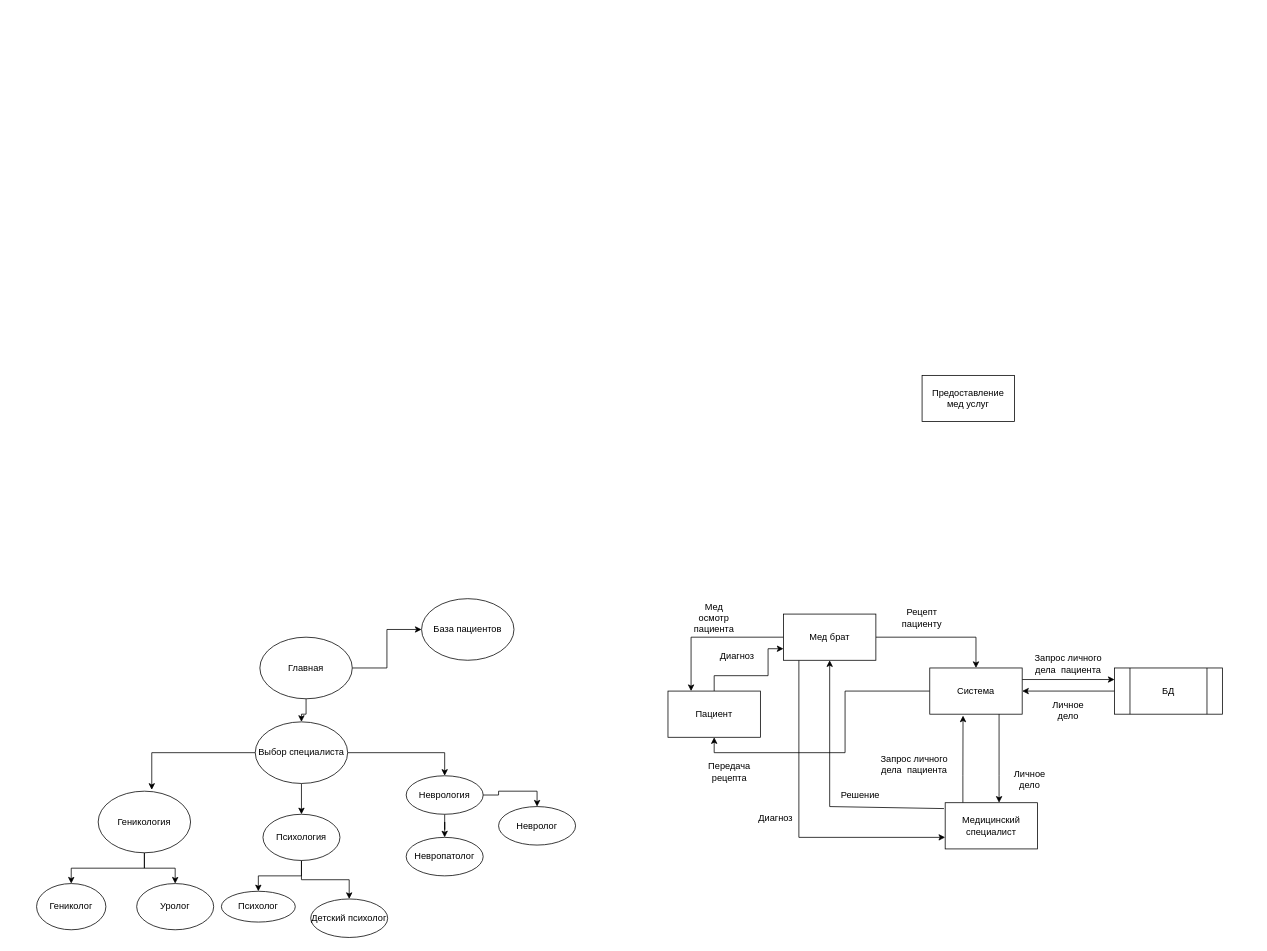
Before: Untitled Diagram.drawio in MatveyVer/project, a draw.io diagram. Source tidied: cells renumbered, new cells numbered last; positions are measured from the earlier drawing's top-left corner, leaving out a move shared by most shapes. Both pictures are drawn from the tidied source at 77%, with x=0, y=0 at pixel (36, 375).
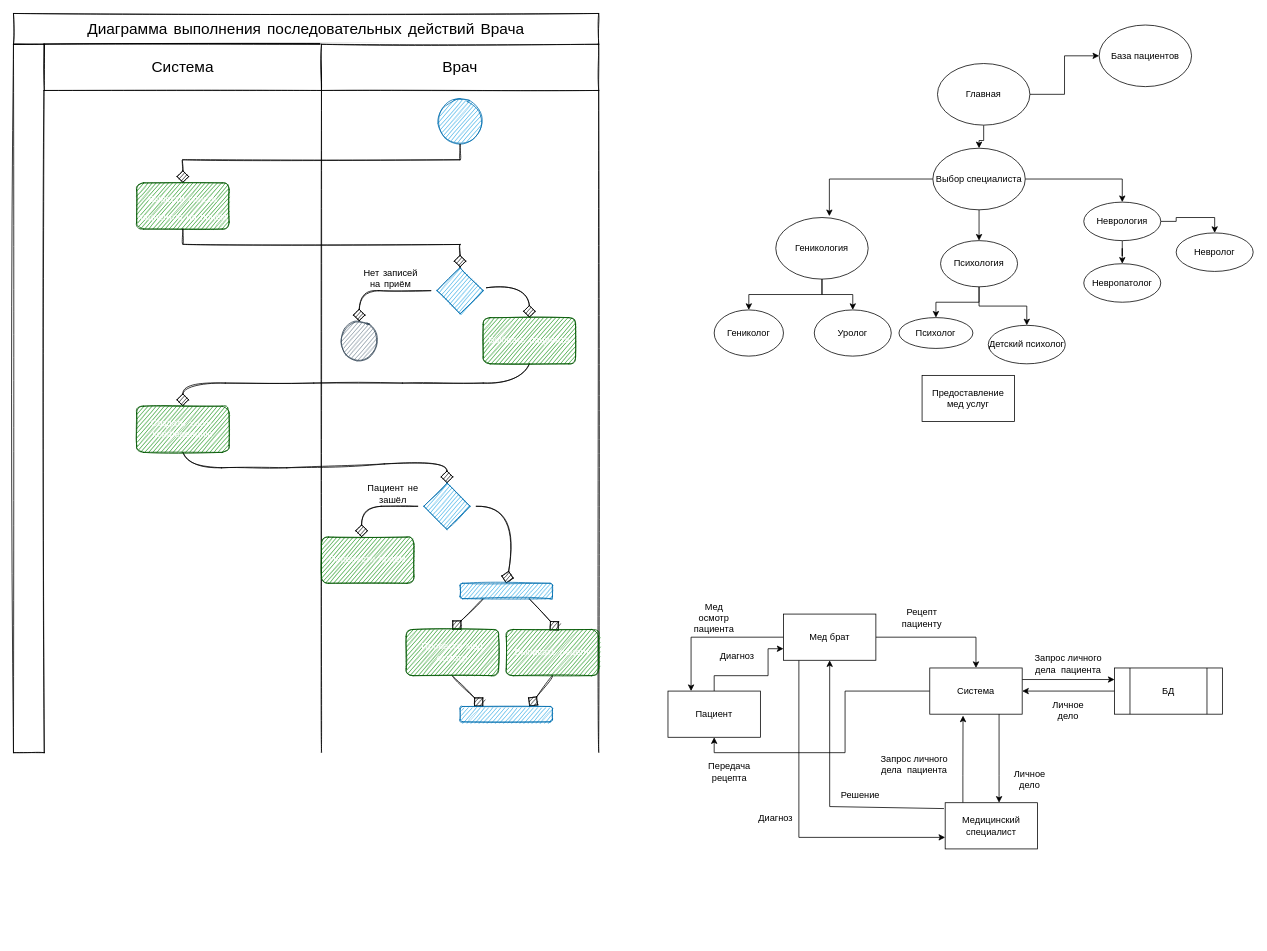
The same diagram, later.

What changed in the source:
```diff
@@
     <mxCell id="2" value="База пациентов" style="ellipse;whiteSpace=wrap;html=1;" parent="1" vertex="1">
-      <mxGeometry x="500" y="290" width="120" height="80" as="geometry" />
+      <mxGeometry x="1380" y="-455" width="120" height="80" as="geometry" />
     </mxCell>
@@
     <mxCell id="5" value="Главная" style="ellipse;whiteSpace=wrap;html=1;" parent="1" vertex="1">
-      <mxGeometry x="290" y="340" width="120" height="80" as="geometry" />
+      <mxGeometry x="1170" y="-405" width="120" height="80" as="geometry" />
     </mxCell>
@@
     <mxCell id="9" value="Выбор специалиста" style="ellipse;whiteSpace=wrap;html=1;" parent="1" vertex="1">
-      <mxGeometry x="284" y="450" width="120" height="80" as="geometry" />
+      <mxGeometry x="1164" y="-295" width="120" height="80" as="geometry" />
     </mxCell>
@@
     <mxCell id="12" value="Геникология" style="ellipse;whiteSpace=wrap;html=1;" parent="1" vertex="1">
-      <mxGeometry x="80" y="540" width="120" height="80" as="geometry" />
+      <mxGeometry x="960" y="-205" width="120" height="80" as="geometry" />
     </mxCell>
     <mxCell id="13" value="Гениколог" style="ellipse;whiteSpace=wrap;html=1;" parent="1" vertex="1">
-      <mxGeometry y="660" width="90" height="60" as="geometry" />
+      <mxGeometry x="880" y="-85" width="90" height="60" as="geometry" />
     </mxCell>
     <mxCell id="14" value="Уролог" style="ellipse;whiteSpace=wrap;html=1;" parent="1" vertex="1">
-      <mxGeometry x="130" y="660" width="100" height="60" as="geometry" />
+      <mxGeometry x="1010" y="-85" width="100" height="60" as="geometry" />
     </mxCell>
@@
     <mxCell id="17" value="Психология" style="ellipse;whiteSpace=wrap;html=1;" parent="1" vertex="1">
-      <mxGeometry x="294" y="570" width="100" height="60" as="geometry" />
+      <mxGeometry x="1174" y="-175" width="100" height="60" as="geometry" />
     </mxCell>
     <mxCell id="18" value="Психолог" style="ellipse;whiteSpace=wrap;html=1;" parent="1" vertex="1">
-      <mxGeometry x="240" y="670" width="96" height="40" as="geometry" />
+      <mxGeometry x="1120" y="-75" width="96" height="40" as="geometry" />
     </mxCell>
     <mxCell id="19" value="Детский психолог" style="ellipse;whiteSpace=wrap;html=1;" parent="1" vertex="1">
-      <mxGeometry x="356" y="680" width="100" height="50" as="geometry" />
+      <mxGeometry x="1236" y="-65" width="100" height="50" as="geometry" />
     </mxCell>
@@
     <mxCell id="22" value="Неврология" style="ellipse;whiteSpace=wrap;html=1;" parent="1" vertex="1">
-      <mxGeometry x="480" y="520" width="100" height="50" as="geometry" />
+      <mxGeometry x="1360" y="-225" width="100" height="50" as="geometry" />
     </mxCell>
     <mxCell id="23" value="Невролог" style="ellipse;whiteSpace=wrap;html=1;" parent="1" vertex="1">
-      <mxGeometry x="600" y="560" width="100" height="50" as="geometry" />
+      <mxGeometry x="1480" y="-185" width="100" height="50" as="geometry" />
     </mxCell>
     <mxCell id="24" value="Невропатолог" style="ellipse;whiteSpace=wrap;html=1;" parent="1" vertex="1">
-      <mxGeometry x="480" y="600" width="100" height="50" as="geometry" />
+      <mxGeometry x="1360" y="-145" width="100" height="50" as="geometry" />
     </mxCell>
@@
+    <mxCell id="51" value="Диаграмма выполнения последовательных действий Врача" style="rounded=0;whiteSpace=wrap;html=1;sketch=1;hachureGap=4;fontFamily=Architects Daughter;fontSize=20;" parent="1" vertex="1">
+      <mxGeometry x="-30" y="-470" width="760" height="40" as="geometry" />
+    </mxCell>
+    <mxCell id="52" style="rounded=0;whiteSpace=wrap;html=1;sketch=1;hachureGap=4;fontFamily=Architects Daughter;fontSize=20;" parent="1" vertex="1">
+      <mxGeometry x="-30" y="-430" width="40" height="920" as="geometry" />
+    </mxCell>
+    <mxCell id="53" value="Система" style="rounded=0;whiteSpace=wrap;html=1;sketch=1;hachureGap=4;fontFamily=Architects Daughter;fontSize=20;" parent="1" vertex="1">
+      <mxGeometry x="10" y="-430" width="360" height="60" as="geometry" />
+    </mxCell>
+    <mxCell id="54" value="Врач" style="rounded=0;whiteSpace=wrap;html=1;sketch=1;hachureGap=4;fontFamily=Architects Daughter;fontSize=20;" parent="1" vertex="1">
+      <mxGeometry x="370" y="-430" width="360" height="60" as="geometry" />
+    </mxCell>
+    <mxCell id="55" style="endArrow=none;html=1;rounded=0;sketch=1;hachureGap=4;fontFamily=Architects Daughter;fontSize=16;startSize=14;endSize=14;sourcePerimeterSpacing=8;targetPerimeterSpacing=8;curved=1;entryX=0;entryY=1;entryDx=0;entryDy=0;" parent="1" edge="1" target="54">
+      <mxGeometry relative="1" as="geometry">
+        <mxPoint x="370" y="490" as="sourcePoint" />
+      </mxGeometry>
+    </mxCell>
+    <mxCell id="56" style="endArrow=none;html=1;rounded=0;sketch=1;hachureGap=4;fontFamily=Architects Daughter;fontSize=16;startSize=14;endSize=14;sourcePerimeterSpacing=8;targetPerimeterSpacing=8;curved=1;entryX=1;entryY=1;entryDx=0;entryDy=0;" parent="1" edge="1" target="54">
+      <mxGeometry relative="1" as="geometry">
+        <mxPoint x="730" y="490" as="sourcePoint" />
+      </mxGeometry>
+    </mxCell>
+    <mxCell id="57" style="ellipse;whiteSpace=wrap;html=1;sketch=1;hachureGap=4;fontFamily=Architects Daughter;fontSize=20;fillColor=#1ba1e2;fontColor=#ffffff;strokeColor=#006EAF;" parent="1" vertex="1">
+      <mxGeometry x="520" y="-360" width="60" height="60" as="geometry" />
+    </mxCell>
+    <mxCell id="58" style="endArrow=none;html=1;rounded=0;sketch=1;hachureGap=4;fontFamily=Architects Daughter;fontSize=16;startSize=14;endSize=14;sourcePerimeterSpacing=8;targetPerimeterSpacing=8;curved=1;entryX=0.5;entryY=1;entryDx=0;entryDy=0;" parent="1" edge="1" target="57">
+      <mxGeometry relative="1" as="geometry">
+        <mxPoint x="550" y="-280" as="sourcePoint" />
+      </mxGeometry>
+    </mxCell>
+    <mxCell id="59" style="endArrow=none;html=1;rounded=0;sketch=1;hachureGap=4;fontFamily=Architects Daughter;fontSize=16;startSize=14;endSize=14;sourcePerimeterSpacing=8;targetPerimeterSpacing=8;curved=1;" parent="1" edge="1">
+      <mxGeometry relative="1" as="geometry">
+        <mxPoint x="190" y="-280" as="sourcePoint" />
+        <mxPoint x="550" y="-280" as="targetPoint" />
+      </mxGeometry>
+    </mxCell>
+    <mxCell id="60" style="endArrow=diamond;html=1;rounded=0;sketch=1;hachureGap=4;fontFamily=Architects Daughter;fontSize=16;startSize=14;endSize=14;sourcePerimeterSpacing=8;targetPerimeterSpacing=8;curved=1;endFill=1;" parent="1" edge="1">
+      <mxGeometry relative="1" as="geometry">
+        <mxPoint x="190" y="-280" as="sourcePoint" />
+        <mxPoint x="190" y="-250" as="targetPoint" />
+      </mxGeometry>
+    </mxCell>
+    <mxCell id="61" value="&lt;font style=&quot;font-size: 12px&quot;&gt;Вывести список пациентов на приём&lt;/font&gt;" style="rounded=1;whiteSpace=wrap;html=1;sketch=1;hachureGap=4;fontFamily=Architects Daughter;fontSize=20;fillColor=#008a00;fontColor=#ffffff;strokeColor=#005700;" parent="1" vertex="1">
+      <mxGeometry x="130" y="-250" width="120" height="60" as="geometry" />
+    </mxCell>
+    <mxCell id="62" style="edgeStyle=none;curved=1;rounded=0;sketch=1;hachureGap=4;jettySize=auto;html=1;entryX=0.5;entryY=0;entryDx=0;entryDy=0;fontFamily=Architects Daughter;fontSize=12;endArrow=diamond;endFill=1;startSize=14;endSize=14;sourcePerimeterSpacing=8;targetPerimeterSpacing=8;" parent="1" edge="1" source="64" target="68">
+      <mxGeometry relative="1" as="geometry">
+        <Array as="points">
+          <mxPoint x="470" y="-110" />
+          <mxPoint x="419" y="-110" />
+        </Array>
+      </mxGeometry>
+    </mxCell>
+    <mxCell id="63" style="edgeStyle=none;curved=1;rounded=0;sketch=1;hachureGap=4;jettySize=auto;html=1;entryX=0.5;entryY=0;entryDx=0;entryDy=0;fontFamily=Architects Daughter;fontSize=12;endArrow=diamond;endFill=1;startSize=14;endSize=14;sourcePerimeterSpacing=8;targetPerimeterSpacing=8;" parent="1" edge="1" source="64" target="71">
+      <mxGeometry relative="1" as="geometry">
+        <Array as="points">
+          <mxPoint x="640" y="-120" />
+        </Array>
+      </mxGeometry>
+    </mxCell>
+    <mxCell id="64" style="rhombus;whiteSpace=wrap;html=1;sketch=1;hachureGap=4;fontFamily=Architects Daughter;fontSize=12;fillColor=#1ba1e2;fontColor=#ffffff;strokeColor=#006EAF;" parent="1" vertex="1">
+      <mxGeometry x="520" y="-140" width="60" height="60" as="geometry" />
+    </mxCell>
+    <mxCell id="65" style="endArrow=none;html=1;rounded=0;sketch=1;hachureGap=4;fontFamily=Architects Daughter;fontSize=12;startSize=14;endSize=14;sourcePerimeterSpacing=8;targetPerimeterSpacing=8;curved=1;entryX=0.5;entryY=1;entryDx=0;entryDy=0;" parent="1" edge="1" target="61">
+      <mxGeometry relative="1" as="geometry">
+        <mxPoint x="190" y="-170" as="sourcePoint" />
+      </mxGeometry>
+    </mxCell>
+    <mxCell id="66" style="endArrow=none;html=1;rounded=0;sketch=1;hachureGap=4;fontFamily=Architects Daughter;fontSize=12;startSize=14;endSize=14;sourcePerimeterSpacing=8;targetPerimeterSpacing=8;curved=1;" parent="1" edge="1">
+      <mxGeometry relative="1" as="geometry">
+        <mxPoint x="190" y="-170" as="sourcePoint" />
+        <mxPoint x="550" y="-170" as="targetPoint" />
+      </mxGeometry>
+    </mxCell>
+    <mxCell id="67" style="endArrow=diamond;html=1;rounded=0;sketch=1;hachureGap=4;fontFamily=Architects Daughter;fontSize=12;startSize=14;endSize=14;sourcePerimeterSpacing=8;targetPerimeterSpacing=8;curved=1;entryX=0.5;entryY=0;entryDx=0;entryDy=0;endFill=1;" parent="1" edge="1" target="64">
+      <mxGeometry relative="1" as="geometry">
+        <mxPoint x="550" y="-170" as="sourcePoint" />
+      </mxGeometry>
+    </mxCell>
+    <mxCell id="68" style="ellipse;whiteSpace=wrap;html=1;sketch=1;hachureGap=4;fontFamily=Architects Daughter;fontSize=12;fillColor=#647687;fontColor=#ffffff;strokeColor=#314354;" parent="1" vertex="1">
+      <mxGeometry x="394" y="-70" width="50" height="50" as="geometry" />
+    </mxCell>
+    <mxCell id="69" value="Нет записей на приём" style="text;html=1;strokeColor=none;fillColor=none;align=center;verticalAlign=middle;whiteSpace=wrap;rounded=0;sketch=1;hachureGap=4;fontFamily=Architects Daughter;fontSize=12;" parent="1" vertex="1">
+      <mxGeometry x="420" y="-140" width="80" height="30" as="geometry" />
+    </mxCell>
+    <mxCell id="70" style="edgeStyle=none;curved=1;rounded=0;sketch=1;hachureGap=4;jettySize=auto;html=1;entryX=0.5;entryY=0;entryDx=0;entryDy=0;fontFamily=Architects Daughter;fontSize=12;endArrow=diamond;endFill=1;startSize=14;endSize=14;sourcePerimeterSpacing=8;targetPerimeterSpacing=8;exitX=0.5;exitY=1;exitDx=0;exitDy=0;" parent="1" edge="1" source="71" target="73">
+      <mxGeometry relative="1" as="geometry">
+        <Array as="points">
+          <mxPoint x="630" y="10" />
+          <mxPoint x="530" y="10" />
+          <mxPoint x="420" y="10" />
+          <mxPoint x="300" y="10" />
+          <mxPoint x="190" y="10" />
+        </Array>
+      </mxGeometry>
+    </mxCell>
+    <mxCell id="71" value="Выбрать пациента" style="rounded=1;whiteSpace=wrap;html=1;sketch=1;hachureGap=4;fontFamily=Architects Daughter;fontSize=12;fillColor=#008a00;fontColor=#ffffff;strokeColor=#005700;" parent="1" vertex="1">
+      <mxGeometry x="580" y="-75" width="120" height="60" as="geometry" />
+    </mxCell>
+    <mxCell id="72" style="edgeStyle=none;curved=1;rounded=0;sketch=1;hachureGap=4;jettySize=auto;html=1;entryX=0.5;entryY=0;entryDx=0;entryDy=0;fontFamily=Architects Daughter;fontSize=12;endArrow=diamond;endFill=1;startSize=14;endSize=14;sourcePerimeterSpacing=8;targetPerimeterSpacing=8;exitX=0.5;exitY=1;exitDx=0;exitDy=0;" parent="1" edge="1" source="73" target="76">
+      <mxGeometry relative="1" as="geometry">
+        <Array as="points">
+          <mxPoint x="200" y="120" />
+          <mxPoint x="280" y="120" />
+          <mxPoint x="370" y="120" />
+          <mxPoint x="533" y="110" />
+        </Array>
+      </mxGeometry>
+    </mxCell>
+    <mxCell id="73" value="Создать zoom-конференцию" style="rounded=1;whiteSpace=wrap;html=1;sketch=1;hachureGap=4;fontFamily=Architects Daughter;fontSize=12;fillColor=#008a00;fontColor=#ffffff;strokeColor=#005700;" parent="1" vertex="1">
+      <mxGeometry x="130" y="40" width="120" height="60" as="geometry" />
+    </mxCell>
+    <mxCell id="74" style="edgeStyle=none;curved=1;rounded=0;sketch=1;hachureGap=4;jettySize=auto;html=1;entryX=0.5;entryY=0;entryDx=0;entryDy=0;fontFamily=Architects Daughter;fontSize=12;endArrow=diamond;endFill=1;startSize=14;endSize=14;sourcePerimeterSpacing=8;targetPerimeterSpacing=8;" parent="1" edge="1" source="76">
+      <mxGeometry relative="1" as="geometry">
+        <mxPoint x="422" y="210" as="targetPoint" />
+        <Array as="points">
+          <mxPoint x="473" y="170" />
+          <mxPoint x="422" y="170" />
+        </Array>
+      </mxGeometry>
+    </mxCell>
+    <mxCell id="75" style="edgeStyle=none;curved=1;rounded=0;sketch=1;hachureGap=4;jettySize=auto;html=1;entryX=0.5;entryY=0;entryDx=0;entryDy=0;fontFamily=Architects Daughter;fontSize=12;endArrow=diamond;endFill=1;startSize=14;endSize=14;sourcePerimeterSpacing=8;targetPerimeterSpacing=8;" parent="1" edge="1" source="76" target="80">
+      <mxGeometry relative="1" as="geometry">
+        <Array as="points">
+          <mxPoint x="630" y="170" />
+        </Array>
+      </mxGeometry>
+    </mxCell>
+    <mxCell id="76" style="rhombus;whiteSpace=wrap;html=1;sketch=1;hachureGap=4;fontFamily=Architects Daughter;fontSize=12;fillColor=#1ba1e2;fontColor=#ffffff;strokeColor=#006EAF;" parent="1" vertex="1">
+      <mxGeometry x="503" y="140" width="60" height="60" as="geometry" />
+    </mxCell>
+    <mxCell id="77" value="Пациент не зашёл" style="text;html=1;strokeColor=none;fillColor=none;align=center;verticalAlign=middle;whiteSpace=wrap;rounded=0;sketch=1;hachureGap=4;fontFamily=Architects Daughter;fontSize=12;" parent="1" vertex="1">
+      <mxGeometry x="423" y="140" width="80" height="30" as="geometry" />
+    </mxCell>
+    <mxCell id="78" style="edgeStyle=none;curved=1;rounded=0;sketch=1;hachureGap=4;jettySize=auto;html=1;exitX=0.25;exitY=1;exitDx=0;exitDy=0;entryX=0.5;entryY=0;entryDx=0;entryDy=0;fontFamily=Architects Daughter;fontSize=12;endArrow=diamond;endFill=1;startSize=14;endSize=14;sourcePerimeterSpacing=8;targetPerimeterSpacing=8;" parent="1" edge="1" source="80" target="83">
+      <mxGeometry relative="1" as="geometry" />
+    </mxCell>
+    <mxCell id="79" style="edgeStyle=none;curved=1;rounded=0;sketch=1;hachureGap=4;jettySize=auto;html=1;exitX=0.75;exitY=1;exitDx=0;exitDy=0;entryX=0.567;entryY=0.019;entryDx=0;entryDy=0;entryPerimeter=0;fontFamily=Architects Daughter;fontSize=12;endArrow=diamond;endFill=1;startSize=14;endSize=14;sourcePerimeterSpacing=8;targetPerimeterSpacing=8;" parent="1" edge="1" source="80" target="85">
+      <mxGeometry relative="1" as="geometry" />
+    </mxCell>
+    <mxCell id="80" style="rounded=1;whiteSpace=wrap;html=1;sketch=1;hachureGap=4;fontFamily=Architects Daughter;fontSize=12;fillColor=#1ba1e2;fontColor=#ffffff;strokeColor=#006EAF;" parent="1" vertex="1">
+      <mxGeometry x="550" y="270" width="120" height="20" as="geometry" />
+    </mxCell>
+    <mxCell id="81" value="Перенести приём" style="rounded=1;whiteSpace=wrap;html=1;sketch=1;hachureGap=4;fontFamily=Architects Daughter;fontSize=12;fillColor=#008a00;fontColor=#ffffff;strokeColor=#005700;" parent="1" vertex="1">
+      <mxGeometry x="370" y="210" width="120" height="60" as="geometry" />
+    </mxCell>
+    <mxCell id="82" style="edgeStyle=none;curved=1;rounded=0;sketch=1;hachureGap=4;jettySize=auto;html=1;entryX=0.25;entryY=0;entryDx=0;entryDy=0;fontFamily=Architects Daughter;fontSize=12;endArrow=diamond;endFill=1;startSize=14;endSize=14;sourcePerimeterSpacing=8;targetPerimeterSpacing=8;exitX=0.5;exitY=1;exitDx=0;exitDy=0;" parent="1" edge="1" source="83" target="86">
+      <mxGeometry relative="1" as="geometry" />
+    </mxCell>
+    <mxCell id="83" value="Провести мед осмотр" style="rounded=1;whiteSpace=wrap;html=1;sketch=1;hachureGap=4;fontFamily=Architects Daughter;fontSize=12;fillColor=#008a00;fontColor=#ffffff;strokeColor=#005700;" parent="1" vertex="1">
+      <mxGeometry x="480" y="330" width="120" height="60" as="geometry" />
+    </mxCell>
+    <mxCell id="84" style="edgeStyle=none;curved=1;rounded=0;sketch=1;hachureGap=4;jettySize=auto;html=1;entryX=0.75;entryY=0;entryDx=0;entryDy=0;fontFamily=Architects Daughter;fontSize=12;endArrow=diamond;endFill=1;startSize=14;endSize=14;sourcePerimeterSpacing=8;targetPerimeterSpacing=8;exitX=0.5;exitY=1;exitDx=0;exitDy=0;" parent="1" edge="1" source="85" target="86">
+      <mxGeometry relative="1" as="geometry" />
+    </mxCell>
+    <mxCell id="85" value="Выписать рецепт" style="rounded=1;whiteSpace=wrap;html=1;sketch=1;hachureGap=4;fontFamily=Architects Daughter;fontSize=12;fillColor=#008a00;fontColor=#ffffff;strokeColor=#005700;" parent="1" vertex="1">
+      <mxGeometry x="610" y="330" width="120" height="60" as="geometry" />
+    </mxCell>
+    <mxCell id="86" style="rounded=1;whiteSpace=wrap;html=1;sketch=1;hachureGap=4;fontFamily=Architects Daughter;fontSize=12;fillColor=#1ba1e2;fontColor=#ffffff;strokeColor=#006EAF;" parent="1" vertex="1">
+      <mxGeometry x="550" y="430" width="120" height="20" as="geometry" />
+    </mxCell>
```
